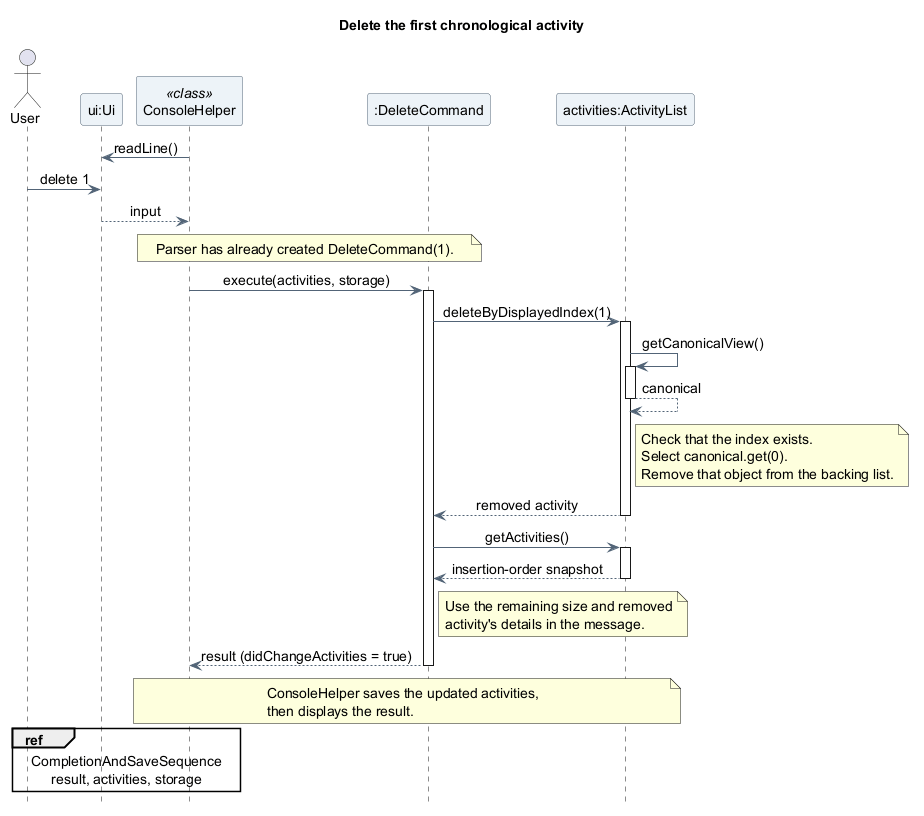
Above: docs/images/asyraf/sequence/DeleteActivitySequence.png in AY2627S1-CS2113-T10-4/tp (PlantUML), before the change. The source it was exported from:
```plantuml
@startuml
title Delete the first chronological activity
skinparam backgroundColor white
skinparam shadowing false
skinparam defaultFontName SansSerif
skinparam defaultFontSize 14
skinparam ParticipantBackgroundColor #EDF3F8
skinparam ParticipantBorderColor #526477
skinparam ArrowColor #526477
skinparam sequenceMessageAlign center
hide footbox

actor "User" as User
participant "ui:Ui" as UI
participant "ConsoleHelper" as Console <<class>>
participant ":DeleteCommand" as Delete
participant "activities:ActivityList" as Activities

Console -> UI : readLine()
User -> UI : delete 1
UI --> Console : input

note over Console, Delete
  Parser has already created DeleteCommand(1).
end note
Console -> Delete : execute(activities, storage)
activate Delete
Delete -> Activities : deleteByDisplayedIndex(1)
activate Activities
Activities -> Activities : getCanonicalView()
activate Activities
Activities --> Activities : canonical
deactivate Activities
note right of Activities
  Check that the index exists.
  Select canonical.get(0).
  Remove that object from the backing list.
end note
Activities --> Delete : removed activity
deactivate Activities
Delete -> Activities : getActivities()
activate Activities
Activities --> Delete : insertion-order snapshot
deactivate Activities
note right of Delete
  Use the remaining size and removed
  activity's details in the message.
end note
Delete --> Console : result (didChangeActivities = true)
deactivate Delete
note over Console, Activities
  ConsoleHelper saves the updated activities,
  then displays the result.
end note
ref over User, Console
  CompletionAndSaveSequence
  result, activities, storage
end ref
@enduml
```
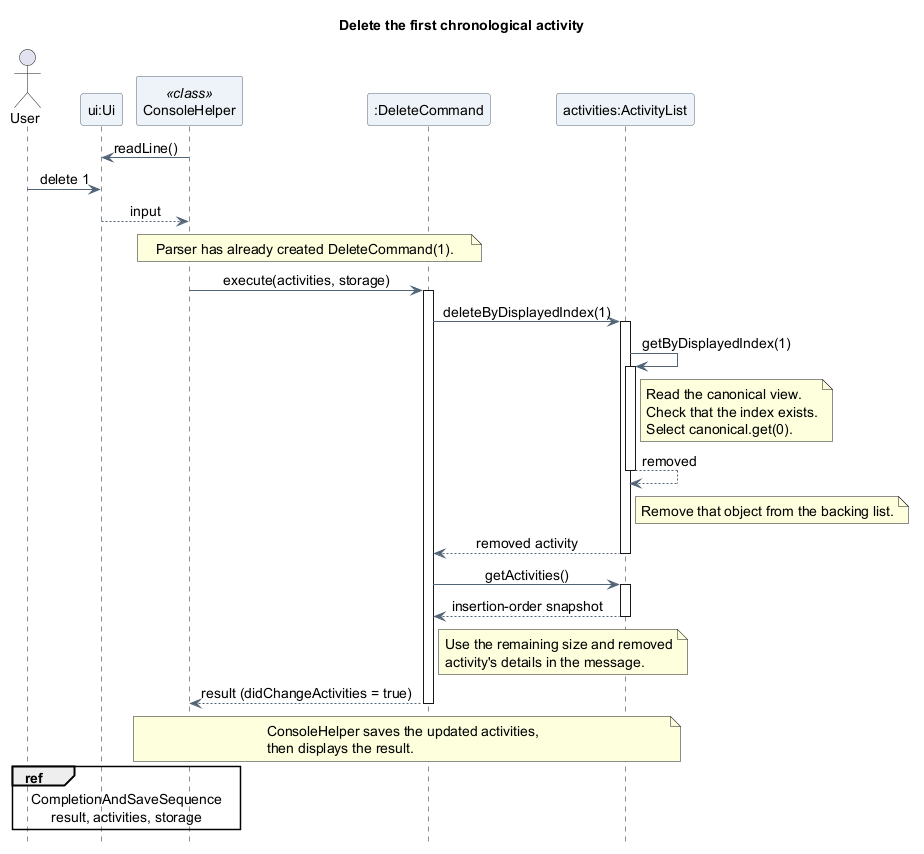
Above is the later version.

What changed in the source:
```diff
@@ -27,13 +27,16 @@
 activate Delete
 Delete -> Activities : deleteByDisplayedIndex(1)
 activate Activities
-Activities -> Activities : getCanonicalView()
+Activities -> Activities : getByDisplayedIndex(1)
 activate Activities
-Activities --> Activities : canonical
+note right of Activities
+  Read the canonical view.
+  Check that the index exists.
+  Select canonical.get(0).
+end note
+Activities --> Activities : removed
 deactivate Activities
 note right of Activities
-  Check that the index exists.
-  Select canonical.get(0).
   Remove that object from the backing list.
 end note
 Activities --> Delete : removed activity
```
